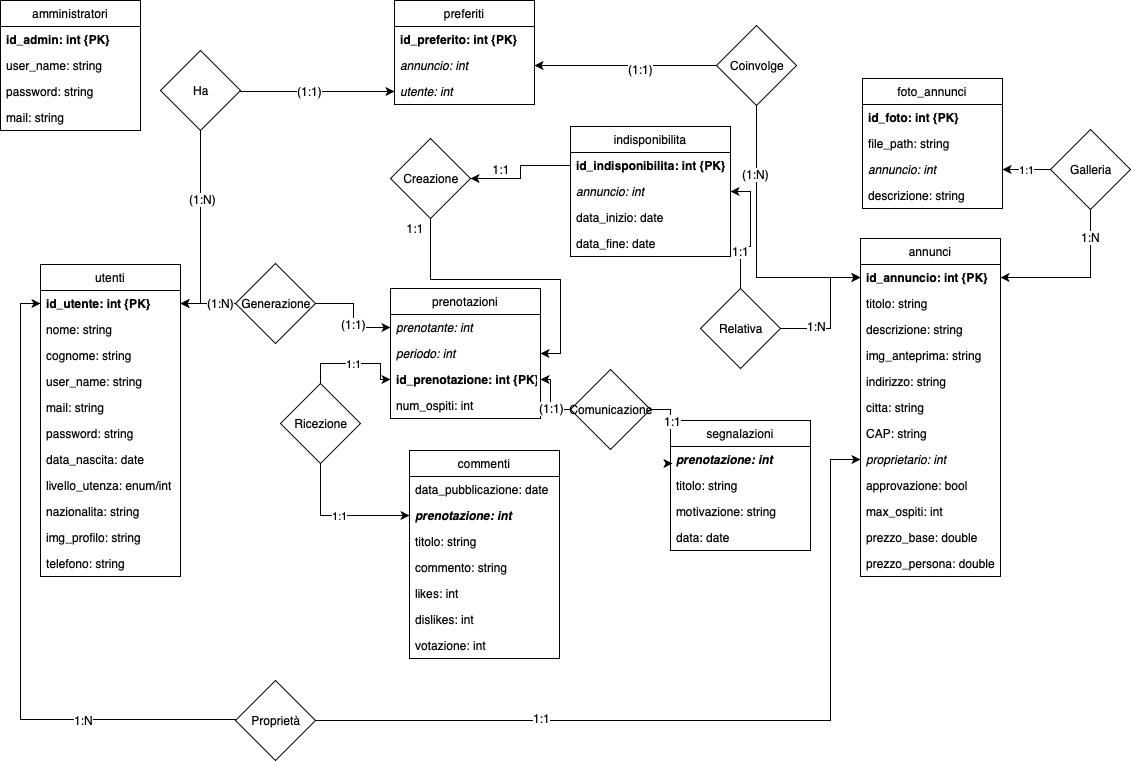
Above: Database/schema_relazionale.png in GiulioUmbrella/FRENT (draw.io), before the change. Source tidied: cells renumbered, new cells last; positions are measured from the earlier drawing's top-left corner, leaving out a move shared by most shapes.
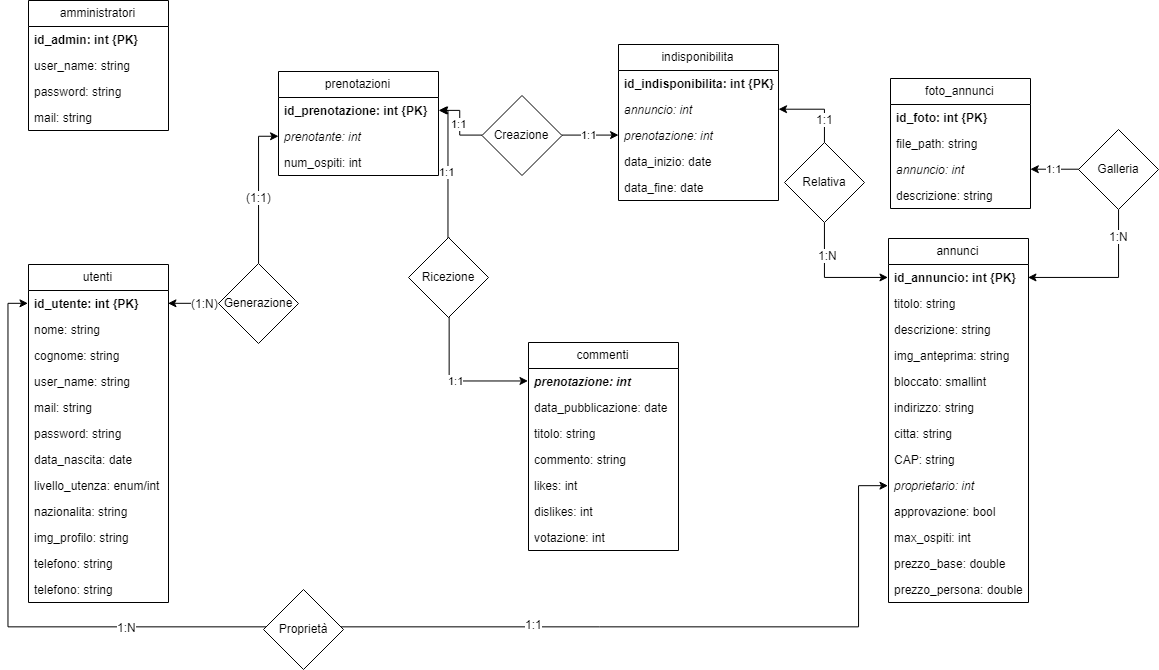
Above is the later version.

The edit, as a diff of the source:
```diff
@@ -5,3 +5,3 @@
     <mxCell id="2" value="annunci" style="swimlane;fontStyle=0;horizontal=1;startSize=26;fillColor=none;" parent="1" vertex="1">
-      <mxGeometry x="860" y="238" width="140" height="338" as="geometry" />
+      <mxGeometry x="860" y="238" width="140" height="364" as="geometry" />
     </mxCell>
@@ -19,35 +19,38 @@
     </mxCell>
+    <mxCell id="8" value="bloccato: smallint" style="text;strokeColor=none;fillColor=none;align=left;verticalAlign=top;spacingLeft=4;spacingRight=4;overflow=hidden;" parent="2" vertex="1">
+      <mxGeometry y="130" width="140" height="26" as="geometry" />
+    </mxCell>
     <mxCell id="7" value="indirizzo: string" style="text;strokeColor=none;fillColor=none;align=left;verticalAlign=top;spacingLeft=4;spacingRight=4;overflow=hidden;" parent="2" vertex="1">
-      <mxGeometry y="130" width="140" height="26" as="geometry" />
+      <mxGeometry y="156" width="140" height="26" as="geometry" />
     </mxCell>
-    <mxCell id="8" value="citta: string" style="text;strokeColor=none;fillColor=none;align=left;verticalAlign=top;spacingLeft=4;spacingRight=4;overflow=hidden;" parent="2" vertex="1">
-      <mxGeometry y="156" width="140" height="26" as="geometry" />
-    </mxCell>
+    <mxCell id="106" value="citta: string" style="text;strokeColor=none;fillColor=none;align=left;verticalAlign=top;spacingLeft=4;spacingRight=4;overflow=hidden;" parent="2" vertex="1">
+      <mxGeometry y="182" width="140" height="26" as="geometry" />
+    </mxCell>
     <mxCell id="9" value="CAP: string" style="text;strokeColor=none;fillColor=none;align=left;verticalAlign=top;spacingLeft=4;spacingRight=4;overflow=hidden;" parent="2" vertex="1">
-      <mxGeometry y="182" width="140" height="26" as="geometry" />
+      <mxGeometry y="208" width="140" height="26" as="geometry" />
     </mxCell>
     <mxCell id="10" value="proprietario: int" style="text;strokeColor=none;fillColor=none;align=left;verticalAlign=top;spacingLeft=4;spacingRight=4;overflow=hidden;points=[[0,0.5],[1,0.5]];portConstraint=eastwest;fontStyle=2;" parent="2" vertex="1">
-      <mxGeometry y="208" width="140" height="26" as="geometry" />
+      <mxGeometry y="234" width="140" height="26" as="geometry" />
     </mxCell>
     <mxCell id="11" value="approvazione: bool" style="text;strokeColor=none;fillColor=none;align=left;verticalAlign=top;spacingLeft=4;spacingRight=4;overflow=hidden;" parent="2" vertex="1">
-      <mxGeometry y="234" width="140" height="26" as="geometry" />
+      <mxGeometry y="260" width="140" height="26" as="geometry" />
     </mxCell>
     <mxCell id="12" value="max_ospiti: int" style="text;strokeColor=none;fillColor=none;align=left;verticalAlign=top;spacingLeft=4;spacingRight=4;overflow=hidden;" parent="2" vertex="1">
-      <mxGeometry y="260" width="140" height="26" as="geometry" />
+      <mxGeometry y="286" width="140" height="26" as="geometry" />
     </mxCell>
     <mxCell id="13" value="prezzo_base: double" style="text;strokeColor=none;fillColor=none;align=left;verticalAlign=top;spacingLeft=4;spacingRight=4;overflow=hidden;" parent="2" vertex="1">
-      <mxGeometry y="286" width="140" height="26" as="geometry" />
+      <mxGeometry y="312" width="140" height="26" as="geometry" />
     </mxCell>
     <mxCell id="14" value="prezzo_persona: double" style="text;strokeColor=none;fillColor=none;align=left;verticalAlign=top;spacingLeft=4;spacingRight=4;overflow=hidden;" parent="2" vertex="1">
-      <mxGeometry y="312" width="140" height="26" as="geometry" />
+      <mxGeometry y="338" width="140" height="26" as="geometry" />
     </mxCell>
     <mxCell id="15" value="commenti" style="swimlane;fontStyle=0;horizontal=1;startSize=26;fillColor=none;" parent="1" vertex="1">
-      <mxGeometry x="409" y="450" width="150" height="208" as="geometry" />
+      <mxGeometry x="500" y="342" width="150" height="208" as="geometry" />
     </mxCell>
+    <mxCell id="17" value="prenotazione: int" style="text;strokeColor=none;fillColor=none;align=left;verticalAlign=top;spacingLeft=4;spacingRight=4;overflow=hidden;points=[[0,0.5],[1,0.5]];portConstraint=eastwest;fontStyle=3;" parent="15" vertex="1">
+      <mxGeometry y="26" width="150" height="26" as="geometry" />
+    </mxCell>
     <mxCell id="16" value="data_pubblicazione: date" style="text;strokeColor=none;fillColor=none;align=left;verticalAlign=top;spacingLeft=4;spacingRight=4;overflow=hidden;" parent="15" vertex="1">
-      <mxGeometry y="26" width="150" height="26" as="geometry" />
+      <mxGeometry y="52" width="150" height="26" as="geometry" />
     </mxCell>
-    <mxCell id="17" value="prenotazione: int" style="text;strokeColor=none;fillColor=none;align=left;verticalAlign=top;spacingLeft=4;spacingRight=4;overflow=hidden;points=[[0,0.5],[1,0.5]];portConstraint=eastwest;fontStyle=3;" parent="15" vertex="1">
-      <mxGeometry y="52" width="150" height="26" as="geometry" />
-    </mxCell>
     <mxCell id="18" value="titolo: string" style="text;strokeColor=none;fillColor=none;align=left;verticalAlign=top;spacingLeft=4;spacingRight=4;overflow=hidden;" parent="15" vertex="1">
@@ -68,3 +71,3 @@
     <mxCell id="23" value="utenti" style="swimlane;fontStyle=0;horizontal=1;startSize=26;fillColor=none;" parent="1" vertex="1">
-      <mxGeometry x="40" y="264" width="140" height="312" as="geometry" />
+      <mxGeometry y="264" width="140" height="338" as="geometry" />
     </mxCell>
@@ -103,29 +106,5 @@
     </mxCell>
-    <mxCell id="35" value="preferiti" style="swimlane;fontStyle=0;horizontal=1;startSize=26;fillColor=none;" parent="1" vertex="1">
-      <mxGeometry x="394" width="140" height="104" as="geometry" />
-    </mxCell>
-    <mxCell id="36" value="id_preferito: int {PK}" style="text;strokeColor=none;fillColor=none;align=left;verticalAlign=top;spacingLeft=4;spacingRight=4;overflow=hidden;fontStyle=1;" parent="35" vertex="1">
-      <mxGeometry y="26" width="140" height="26" as="geometry" />
-    </mxCell>
-    <mxCell id="37" value="annuncio: int" style="text;strokeColor=none;fillColor=none;align=left;verticalAlign=top;spacingLeft=4;spacingRight=4;overflow=hidden;points=[[0,0.5],[1,0.5]];portConstraint=eastwest;fontStyle=2;" parent="35" vertex="1">
-      <mxGeometry y="52" width="140" height="26" as="geometry" />
-    </mxCell>
-    <mxCell id="38" value="utente: int" style="text;strokeColor=none;fillColor=none;align=left;verticalAlign=top;spacingLeft=4;spacingRight=4;overflow=hidden;points=[[0,0.5],[1,0.5]];portConstraint=eastwest;fontStyle=2;" parent="35" vertex="1">
-      <mxGeometry y="78" width="140" height="26" as="geometry" />
-    </mxCell>
-    <mxCell id="39" value="segnalazioni" style="swimlane;fontStyle=0;horizontal=1;startSize=26;fillColor=none;" parent="1" vertex="1">
-      <mxGeometry x="670" y="420" width="140" height="130" as="geometry" />
-    </mxCell>
-    <mxCell id="40" value="prenotazione: int" style="text;strokeColor=none;fillColor=none;align=left;verticalAlign=top;spacingLeft=4;spacingRight=4;overflow=hidden;points=[[0,0.5],[1,0.5]];portConstraint=eastwest;fontStyle=3;" parent="39" vertex="1">
-      <mxGeometry y="26" width="140" height="26" as="geometry" />
-    </mxCell>
-    <mxCell id="41" value="titolo: string" style="text;strokeColor=none;fillColor=none;align=left;verticalAlign=top;spacingLeft=4;spacingRight=4;overflow=hidden;" parent="39" vertex="1">
-      <mxGeometry y="52" width="140" height="26" as="geometry" />
-    </mxCell>
-    <mxCell id="42" value="motivazione: string" style="text;strokeColor=none;fillColor=none;align=left;verticalAlign=top;spacingLeft=4;spacingRight=4;overflow=hidden;" parent="39" vertex="1">
-      <mxGeometry y="78" width="140" height="26" as="geometry" />
-    </mxCell>
-    <mxCell id="43" value="data: date" style="text;strokeColor=none;fillColor=none;align=left;verticalAlign=top;spacingLeft=4;spacingRight=4;overflow=hidden;" parent="39" vertex="1">
-      <mxGeometry y="104" width="140" height="26" as="geometry" />
-    </mxCell>
+    <mxCell id="107" value="telefono: string" style="text;strokeColor=none;fillColor=none;align=left;verticalAlign=top;spacingLeft=4;spacingRight=4;overflow=hidden;" parent="23" vertex="1">
+      <mxGeometry y="312" width="140" height="26" as="geometry" />
+    </mxCell>
     <mxCell id="44" value="foto_annunci" style="swimlane;fontStyle=0;horizontal=1;startSize=26;fillColor=none;" parent="1" vertex="1">
@@ -145,13 +124,2 @@
     </mxCell>
-    <mxCell id="49" style="edgeStyle=orthogonalEdgeStyle;rounded=0;jettySize=auto;html=1;entryX=1;entryY=0.5;entryDx=0;entryDy=0;exitX=0.5;exitY=1;exitDx=0;exitDy=0;" parent="1" edge="1" source="78" target="24">
-      <mxGeometry relative="1" as="geometry">
-        <Array as="points">
-          <mxPoint x="200" y="130" />
-          <mxPoint x="200" y="303" />
-        </Array>
-      </mxGeometry>
-    </mxCell>
-    <mxCell id="50" value="(1:N)" style="text;html=1;align=center;verticalAlign=middle;labelBackgroundColor=#ffffff;" parent="49" vertex="1">
-      <mxGeometry x="-0.3" y="2" relative="1" as="geometry" />
-    </mxCell>
     <mxCell id="51" style="edgeStyle=orthogonalEdgeStyle;rounded=0;jettySize=auto;html=1;entryX=1;entryY=0.5;entryDx=0;entryDy=0;exitX=0;exitY=0.5;exitDx=0;exitDy=0;" parent="1" edge="1" source="81" target="24">
@@ -165,15 +133,12 @@
     <mxCell id="53" value="prenotazioni" style="swimlane;fontStyle=0;horizontal=1;startSize=26;fillColor=none;" parent="1" vertex="1">
-      <mxGeometry x="390" y="288" width="150" height="130" as="geometry" />
+      <mxGeometry x="250" y="71" width="160" height="104" as="geometry" />
     </mxCell>
+    <mxCell id="56" value="id_prenotazione: int {PK}" style="text;strokeColor=none;fillColor=none;align=left;verticalAlign=top;spacingLeft=4;spacingRight=4;overflow=hidden;points=[[0,0.5],[1,0.5]];portConstraint=eastwest;fontStyle=1;" parent="53" vertex="1">
+      <mxGeometry y="26" width="160" height="26" as="geometry" />
+    </mxCell>
     <mxCell id="54" value="prenotante: int" style="text;strokeColor=none;fillColor=none;align=left;verticalAlign=top;spacingLeft=4;spacingRight=4;overflow=hidden;points=[[0,0.5],[1,0.5]];portConstraint=eastwest;fontStyle=2;" parent="53" vertex="1">
-      <mxGeometry y="26" width="150" height="26" as="geometry" />
+      <mxGeometry y="52" width="160" height="26" as="geometry" />
     </mxCell>
-    <mxCell id="55" value="periodo: int" style="text;strokeColor=none;fillColor=none;align=left;verticalAlign=top;spacingLeft=4;spacingRight=4;overflow=hidden;points=[[0,0.5],[1,0.5]];portConstraint=eastwest;fontStyle=2;" parent="53" vertex="1">
-      <mxGeometry y="52" width="150" height="26" as="geometry" />
-    </mxCell>
-    <mxCell id="56" value="id_prenotazione: int {PK}" style="text;strokeColor=none;fillColor=none;align=left;verticalAlign=top;spacingLeft=4;spacingRight=4;overflow=hidden;points=[[0,0.5],[1,0.5]];portConstraint=eastwest;fontStyle=1;" parent="53" vertex="1">
-      <mxGeometry y="78" width="150" height="26" as="geometry" />
-    </mxCell>
     <mxCell id="57" value="num_ospiti: int" style="text;strokeColor=none;fillColor=none;align=left;verticalAlign=top;spacingLeft=4;spacingRight=4;overflow=hidden;" parent="53" vertex="1">
-      <mxGeometry y="104" width="150" height="26" as="geometry" />
+      <mxGeometry y="78" width="160" height="26" as="geometry" />
     </mxCell>
@@ -195,3 +160,3 @@
     <mxCell id="63" value="indisponibilita" style="swimlane;fontStyle=0;horizontal=1;startSize=26;fillColor=none;" parent="1" vertex="1">
-      <mxGeometry x="570" y="126" width="160" height="130" as="geometry" />
+      <mxGeometry x="590" y="44" width="160" height="156" as="geometry" />
     </mxCell>
@@ -203,7 +168,10 @@
     </mxCell>
+    <mxCell id="40" value="prenotazione: int" style="text;strokeColor=none;fillColor=none;align=left;verticalAlign=top;spacingLeft=4;spacingRight=4;overflow=hidden;points=[[0,0.5],[1,0.5]];portConstraint=eastwest;fontStyle=2;" parent="63" vertex="1">
+      <mxGeometry y="78" width="160" height="26" as="geometry" />
+    </mxCell>
     <mxCell id="66" value="data_inizio: date" style="text;strokeColor=none;fillColor=none;align=left;verticalAlign=top;spacingLeft=4;spacingRight=4;overflow=hidden;" parent="63" vertex="1">
-      <mxGeometry y="78" width="160" height="26" as="geometry" />
+      <mxGeometry y="104" width="160" height="26" as="geometry" />
     </mxCell>
     <mxCell id="67" value="data_fine: date" style="text;strokeColor=none;fillColor=none;align=left;verticalAlign=top;spacingLeft=4;spacingRight=4;overflow=hidden;" parent="63" vertex="1">
-      <mxGeometry y="104" width="160" height="26" as="geometry" />
+      <mxGeometry y="130" width="160" height="26" as="geometry" />
     </mxCell>
@@ -212,4 +180,5 @@
         <Array as="points">
-          <mxPoint x="830" y="720" />
-          <mxPoint x="830" y="459" />
+          <mxPoint x="276" y="626" />
+          <mxPoint x="830" y="626" />
+          <mxPoint x="830" y="484" />
         </Array>
@@ -225,4 +194,5 @@
         <Array as="points">
-          <mxPoint x="20" y="719" />
-          <mxPoint x="20" y="303" />
+          <mxPoint x="276" y="626" />
+          <mxPoint x="-20" y="626" />
+          <mxPoint x="-20" y="303" />
         </Array>
@@ -236,6 +206,14 @@
     <mxCell id="72" value="Proprietà" style="rhombus;whiteSpace=wrap;html=1;" parent="1" vertex="1">
-      <mxGeometry x="235" y="680" width="80" height="80" as="geometry" />
+      <mxGeometry x="235" y="589" width="80" height="80" as="geometry" />
     </mxCell>
-    <mxCell id="73" value="1:1" style="edgeStyle=orthogonalEdgeStyle;rounded=0;jettySize=auto;html=1;entryX=0;entryY=0.5;entryDx=0;entryDy=0;startArrow=none;startFill=0;endArrow=classic;endFill=1;exitX=0.5;exitY=0;exitDx=0;exitDy=0;" parent="1" edge="1" source="75" target="56">
-      <mxGeometry relative="1" as="geometry" />
+    <mxCell id="73" value="1:1" style="edgeStyle=orthogonalEdgeStyle;rounded=0;orthogonalLoop=1;jettySize=auto;html=1;entryX=1;entryY=0.5;entryDx=0;entryDy=0;startArrow=none;startFill=0;endArrow=classic;endFill=1;exitX=0.5;exitY=0;exitDx=0;exitDy=0;" parent="1" edge="1">
+      <mxGeometry relative="1" as="geometry">
+        <mxPoint x="421" y="237" as="sourcePoint" />
+        <mxPoint x="411" y="110" as="targetPoint" />
+        <Array as="points">
+          <mxPoint x="421" y="238" />
+          <mxPoint x="420" y="238" />
+          <mxPoint x="420" y="110" />
+        </Array>
+      </mxGeometry>
     </mxCell>
@@ -245,18 +223,4 @@
     <mxCell id="75" value="Ricezione" style="rhombus;whiteSpace=wrap;html=1;" parent="1" vertex="1">
-      <mxGeometry x="280" y="383" width="80" height="80" as="geometry" />
+      <mxGeometry x="380" y="237" width="80" height="80" as="geometry" />
     </mxCell>
-    <mxCell id="76" style="edgeStyle=orthogonalEdgeStyle;rounded=0;jettySize=auto;html=1;startArrow=none;startFill=0;endArrow=classic;endFill=1;" parent="1" edge="1" source="78" target="38">
-      <mxGeometry relative="1" as="geometry">
-        <Array as="points">
-          <mxPoint x="300" y="91" />
-          <mxPoint x="300" y="91" />
-        </Array>
-      </mxGeometry>
-    </mxCell>
-    <mxCell id="77" value="(1:1)" style="text;html=1;align=center;verticalAlign=middle;labelBackgroundColor=#ffffff;" parent="76" vertex="1">
-      <mxGeometry x="-0.1" y="1" relative="1" as="geometry" />
-    </mxCell>
-    <mxCell id="78" value="Ha" style="rhombus;whiteSpace=wrap;html=1;" parent="1" vertex="1">
-      <mxGeometry x="160" y="50" width="80" height="80" as="geometry" />
-    </mxCell>
     <mxCell id="79" style="edgeStyle=orthogonalEdgeStyle;rounded=0;jettySize=auto;html=1;entryX=0;entryY=0.5;entryDx=0;entryDy=0;startArrow=none;startFill=0;endArrow=classic;endFill=1;" parent="1" edge="1" source="81" target="54">
@@ -266,3 +230,3 @@
       <mxGeometry y="9" relative="1" as="geometry">
-        <mxPoint x="-9" y="8" as="offset" />
+        <mxPoint x="8.5" y="7.5" as="offset" />
       </mxGeometry>
@@ -270,36 +234,4 @@
     <mxCell id="81" value="Generazione" style="rhombus;whiteSpace=wrap;html=1;" parent="1" vertex="1">
-      <mxGeometry x="235" y="263" width="80" height="80" as="geometry" />
+      <mxGeometry x="190" y="263" width="80" height="80" as="geometry" />
     </mxCell>
-    <mxCell id="82" style="edgeStyle=orthogonalEdgeStyle;rounded=0;jettySize=auto;html=1;entryX=1;entryY=0.5;entryDx=0;entryDy=0;startArrow=none;startFill=0;endArrow=classic;endFill=1;" parent="1" edge="1" source="86" target="37">
-      <mxGeometry relative="1" as="geometry" />
-    </mxCell>
-    <mxCell id="83" value="(1:1)" style="text;html=1;align=center;verticalAlign=middle;labelBackgroundColor=#ffffff;" parent="82" vertex="1">
-      <mxGeometry x="-0.16" y="3" relative="1" as="geometry" />
-    </mxCell>
-    <mxCell id="84" style="edgeStyle=orthogonalEdgeStyle;rounded=0;jettySize=auto;html=1;entryX=0;entryY=0.5;entryDx=0;entryDy=0;startArrow=none;startFill=0;endArrow=classic;endFill=1;" parent="1" edge="1" source="86" target="3">
-      <mxGeometry relative="1" as="geometry" />
-    </mxCell>
-    <mxCell id="85" value="(1:N)" style="text;html=1;align=center;verticalAlign=middle;labelBackgroundColor=#ffffff;" parent="84" vertex="1">
-      <mxGeometry x="-0.51" y="-1" relative="1" as="geometry" />
-    </mxCell>
-    <mxCell id="86" value="Coinvolge" style="rhombus;whiteSpace=wrap;html=1;" parent="1" vertex="1">
-      <mxGeometry x="716" y="25" width="80" height="80" as="geometry" />
-    </mxCell>
-    <mxCell id="87" style="edgeStyle=orthogonalEdgeStyle;rounded=0;jettySize=auto;html=1;entryX=1;entryY=0.5;entryDx=0;entryDy=0;startArrow=none;startFill=0;endArrow=classic;endFill=1;" parent="1" edge="1" source="91" target="56">
-      <mxGeometry relative="1" as="geometry" />
-    </mxCell>
-    <mxCell id="88" value="(1:1)" style="text;html=1;align=center;verticalAlign=middle;labelBackgroundColor=#ffffff;" parent="87" vertex="1">
-      <mxGeometry x="-0.36" y="-2" relative="1" as="geometry" />
-    </mxCell>
-    <mxCell id="89" style="edgeStyle=orthogonalEdgeStyle;rounded=0;jettySize=auto;html=1;entryX=0.017;entryY=0.654;entryDx=0;entryDy=0;entryPerimeter=0;startArrow=none;startFill=0;endArrow=classic;endFill=1;" parent="1" edge="1" source="91" target="40">
-      <mxGeometry relative="1" as="geometry" />
-    </mxCell>
-    <mxCell id="90" value="1:1" style="text;html=1;align=center;verticalAlign=middle;labelBackgroundColor=#ffffff;" parent="89" vertex="1">
-      <mxGeometry x="-0.22" y="1" relative="1" as="geometry">
-        <mxPoint x="1" y="1" as="offset" />
-      </mxGeometry>
-    </mxCell>
-    <mxCell id="91" value="Comunicazione" style="rhombus;whiteSpace=wrap;html=1;" parent="1" vertex="1">
-      <mxGeometry x="570" y="369" width="80" height="80" as="geometry" />
-    </mxCell>
     <mxCell id="92" value="1:1" style="edgeStyle=orthogonalEdgeStyle;rounded=0;jettySize=auto;html=1;entryX=1;entryY=0.5;entryDx=0;entryDy=0;" parent="1" edge="1" source="95" target="47">
@@ -319,8 +251,3 @@
     <mxCell id="96" style="edgeStyle=orthogonalEdgeStyle;rounded=0;jettySize=auto;html=1;entryX=0;entryY=0.5;entryDx=0;entryDy=0;" parent="1" edge="1" source="100" target="3">
-      <mxGeometry relative="1" as="geometry">
-        <Array as="points">
-          <mxPoint x="830" y="328" />
-          <mxPoint x="830" y="277" />
-        </Array>
-      </mxGeometry>
+      <mxGeometry relative="1" as="geometry" />
     </mxCell>
@@ -336,19 +263,13 @@
     <mxCell id="100" value="Relativa" style="rhombus;whiteSpace=wrap;html=1;" parent="1" vertex="1">
-      <mxGeometry x="700" y="288" width="80" height="80" as="geometry" />
+      <mxGeometry x="756" y="142" width="80" height="80" as="geometry" />
     </mxCell>
-    <mxCell id="101" value="1:1" style="text;html=1;strokeColor=none;fillColor=none;align=center;verticalAlign=middle;whiteSpace=wrap;rounded=0;" parent="1" vertex="1">
-      <mxGeometry x="480" y="159" width="40" height="20" as="geometry" />
-    </mxCell>
-    <mxCell id="102" style="edgeStyle=orthogonalEdgeStyle;rounded=0;jettySize=auto;html=1;entryX=1;entryY=0.5;entryDx=0;entryDy=0;" parent="1" edge="1" source="103" target="55">
+    <mxCell id="102" value="1:1" style="edgeStyle=orthogonalEdgeStyle;rounded=0;jettySize=auto;html=1;entryX=1;entryY=0.5;entryDx=0;entryDy=0;" parent="1" edge="1" source="103" target="56">
       <mxGeometry relative="1" as="geometry" />
     </mxCell>
+    <mxCell id="108" value="1:1" style="edgeStyle=orthogonalEdgeStyle;rounded=0;jettySize=auto;html=1;entryX=0;entryY=0.5;entryDx=0;entryDy=0;" parent="1" edge="1" source="103" target="40">
+      <mxGeometry relative="1" as="geometry" />
+    </mxCell>
     <mxCell id="103" value="Creazione" style="rhombus;whiteSpace=wrap;html=1;" parent="1" vertex="1">
-      <mxGeometry x="390" y="138" width="80" height="80" as="geometry" />
+      <mxGeometry x="453.5" y="95" width="80" height="80" as="geometry" />
     </mxCell>
-    <mxCell id="104" style="edgeStyle=orthogonalEdgeStyle;rounded=0;jettySize=auto;html=1;entryX=1;entryY=0.5;entryDx=0;entryDy=0;" parent="1" edge="1" source="64" target="103">
-      <mxGeometry relative="1" as="geometry" />
-    </mxCell>
-    <mxCell id="105" value="1:1" style="text;html=1;strokeColor=none;fillColor=none;align=center;verticalAlign=middle;whiteSpace=wrap;rounded=0;" parent="1" vertex="1">
-      <mxGeometry x="394" y="218" width="40" height="20" as="geometry" />
-    </mxCell>
   </root>
```
